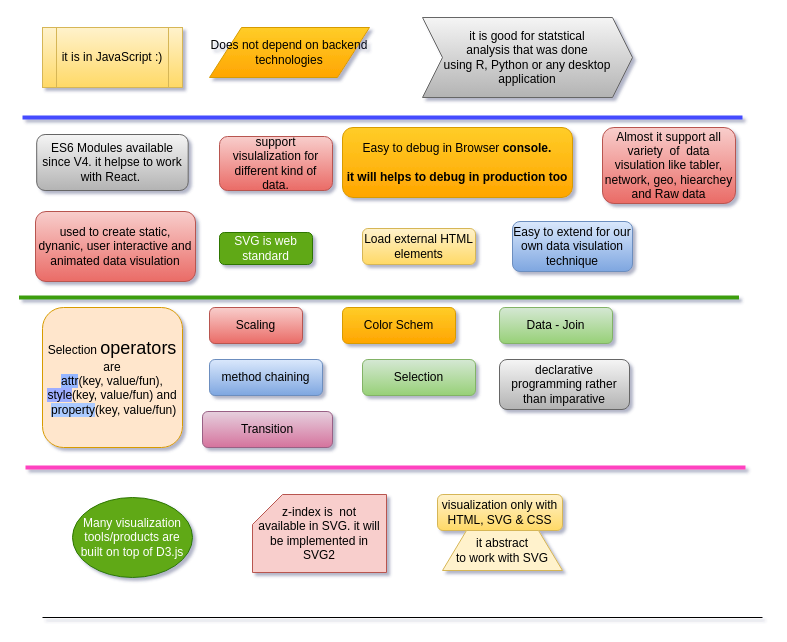
anbarasan-raji/books keeps this draw.io diagram as page "Killing features of D3" (4 of 6) of My Articles/d3/D3 Understanding.drawio. Above is the earlier version. Source tidied: cells renumbered, new cells numbered last; positions are measured from the earlier drawing's top-left corner, leaving out a move shared by most shapes. Both pictures are drawn from the tidied source at 100%, with x=0, y=0 at pixel (18, 17).
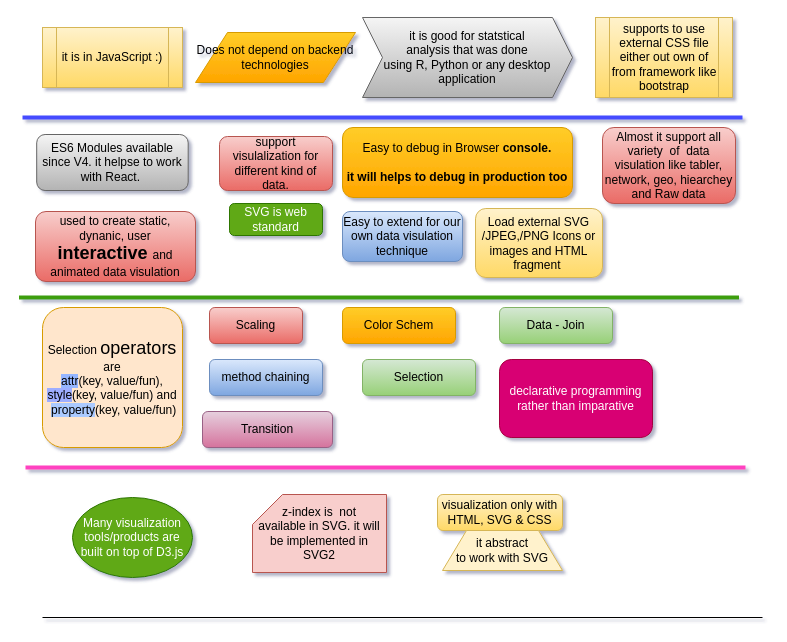
After the change.

Change to the diagram source:
```diff
@@
-    <mxCell id="5" value="used to create static, dynanic, user interactive and&lt;br&gt;animated data visulation" style="rounded=1;whiteSpace=wrap;html=1;gradientColor=#ea6b66;fillColor=#f8cecc;strokeColor=#b85450;" parent="1" vertex="1">
+    <mxCell id="5" value="used to create static, dynanic, user &lt;font style=&quot;font-size: 18px&quot;&gt;&lt;b&gt;interactive &lt;/b&gt;&lt;/font&gt;and&lt;br&gt;animated data visulation" style="rounded=1;whiteSpace=wrap;html=1;gradientColor=#ea6b66;fillColor=#f8cecc;strokeColor=#b85450;" parent="1" vertex="1">
       <mxGeometry x="17" y="194" width="160" height="70" as="geometry" />
     </mxCell>
@@
     <mxCell id="10" value="SVG is web standard" style="rounded=1;whiteSpace=wrap;html=1;fillColor=#60a917;strokeColor=#2D7600;fontColor=#ffffff;" parent="1" vertex="1">
-      <mxGeometry x="201" y="215" width="93" height="32" as="geometry" />
+      <mxGeometry x="211" y="186" width="93" height="32" as="geometry" />
     </mxCell>
@@
     <mxCell id="12" value="Does not depend on backend technologies" style="shape=parallelogram;perimeter=parallelogramPerimeter;whiteSpace=wrap;html=1;gradientColor=#ffa500;fillColor=#ffcd28;strokeColor=#d79b00;" parent="1" vertex="1">
-      <mxGeometry x="191" y="10" width="160" height="50" as="geometry" />
+      <mxGeometry x="177" y="15" width="160" height="50" as="geometry" />
     </mxCell>
     <mxCell id="13" value="it is good for statstical &lt;br&gt;analysis that was done &lt;br&gt;using R, Python or any desktop application" style="shape=step;perimeter=stepPerimeter;whiteSpace=wrap;html=1;fixedSize=1;gradientColor=#b3b3b3;fillColor=#f5f5f5;strokeColor=#666666;" parent="1" vertex="1">
-      <mxGeometry x="404" width="210" height="80" as="geometry" />
+      <mxGeometry x="344" width="210" height="80" as="geometry" />
     </mxCell>
@@
-    <mxCell id="15" value="Load external HTML elements" style="rounded=1;whiteSpace=wrap;html=1;gradientColor=#ffd966;fillColor=#fff2cc;strokeColor=#d6b656;" parent="1" vertex="1">
-      <mxGeometry x="344" y="211" width="113" height="36" as="geometry" />
-    </mxCell>
@@
     <mxCell id="17" value="Easy to extend for our own data visulation technique" style="rounded=1;whiteSpace=wrap;html=1;gradientColor=#7ea6e0;fillColor=#dae8fc;strokeColor=#6c8ebf;" parent="1" vertex="1">
-      <mxGeometry x="494" y="204" width="120" height="50" as="geometry" />
+      <mxGeometry x="324" y="194" width="120" height="50" as="geometry" />
     </mxCell>
@@
-    <mxCell id="28" value="declarative programming rather than imparative" style="rounded=1;whiteSpace=wrap;html=1;gradientColor=#b3b3b3;fillColor=#f5f5f5;strokeColor=#666666;" parent="1" vertex="1">
-      <mxGeometry x="481" y="342" width="130" height="50" as="geometry" />
+    <mxCell id="28" value="declarative programming rather than imparative" style="rounded=1;whiteSpace=wrap;html=1;fillColor=#d80073;strokeColor=#A50040;fontColor=#ffffff;" parent="1" vertex="1">
+      <mxGeometry x="481" y="342" width="153" height="78" as="geometry" />
     </mxCell>
+    <mxCell id="29" value="Load external SVG /JPEG,/PNG Icons or images and HTML fragment&amp;nbsp;" style="rounded=1;whiteSpace=wrap;html=1;gradientColor=#ffd966;fillColor=#fff2cc;strokeColor=#d6b656;" parent="1" vertex="1">
+      <mxGeometry x="457" y="191" width="127" height="69" as="geometry" />
+    </mxCell>
+    <mxCell id="30" value="supports to use external CSS file either out own of from framework like bootstrap" style="shape=process;whiteSpace=wrap;html=1;backgroundOutline=1;gradientColor=#ffd966;fillColor=#fff2cc;strokeColor=#d6b656;" parent="1" vertex="1">
+      <mxGeometry x="577" width="137" height="80" as="geometry" />
+    </mxCell>
```
